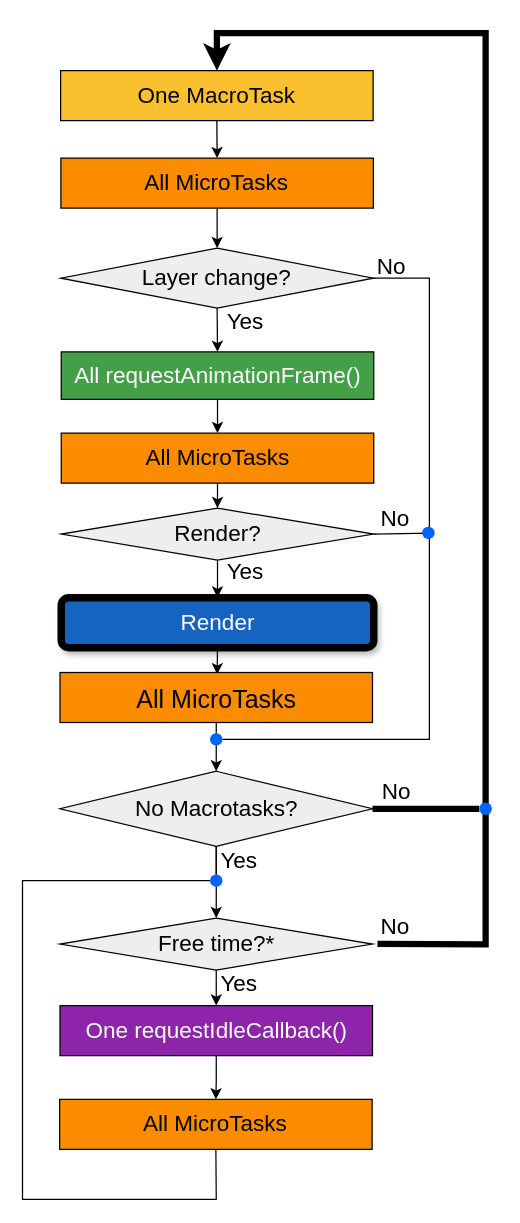
The draw.io diagram EventLoop.drawio in alexindima/JavaScript_Event_Loop, before the edit. Source tidied: cells renumbered, new cells numbered last; positions are measured from the earlier drawing's top-left corner, leaving out a move shared by most shapes. Both pictures are drawn from the tidied source at 125%, with x=0, y=0 at pixel (21, 32).
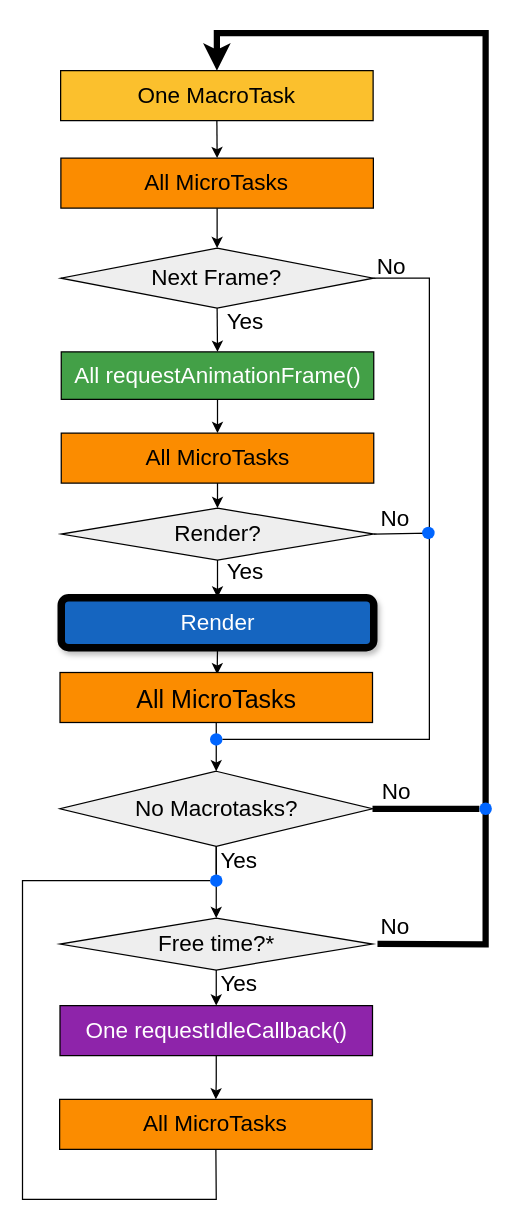
The same page after the edit.

Commit message (it also covers changes not shown here):
Refactor event loop examples and add presentation assets

Diff of the diagram source:
```diff
@@
-    <mxCell id="10" value="&lt;font style=&quot;font-size: 18px;&quot;&gt;Layer&lt;span style=&quot;&quot;&gt; &lt;/span&gt;&lt;span style=&quot;&quot; class=&quot;EzKURWReUAB5oZgtQNkl&quot;&gt;change&lt;/span&gt;&lt;span style=&quot;&quot; class=&quot;EzKURWReUAB5oZgtQNkl&quot;&gt;?&lt;/span&gt;&lt;/font&gt;" style="rhombus;whiteSpace=wrap;html=1;fillColor=#EEEEEE;" parent="1" vertex="1">
+    <mxCell id="10" value="&lt;font style=&quot;font-size: 18px;&quot;&gt;Next Frame?&lt;/font&gt;" style="rhombus;whiteSpace=wrap;html=1;fillColor=#EEEEEE;" parent="1" vertex="1">
       <mxGeometry x="31.2" y="172" width="250" height="48" as="geometry" />
     </mxCell>
```
